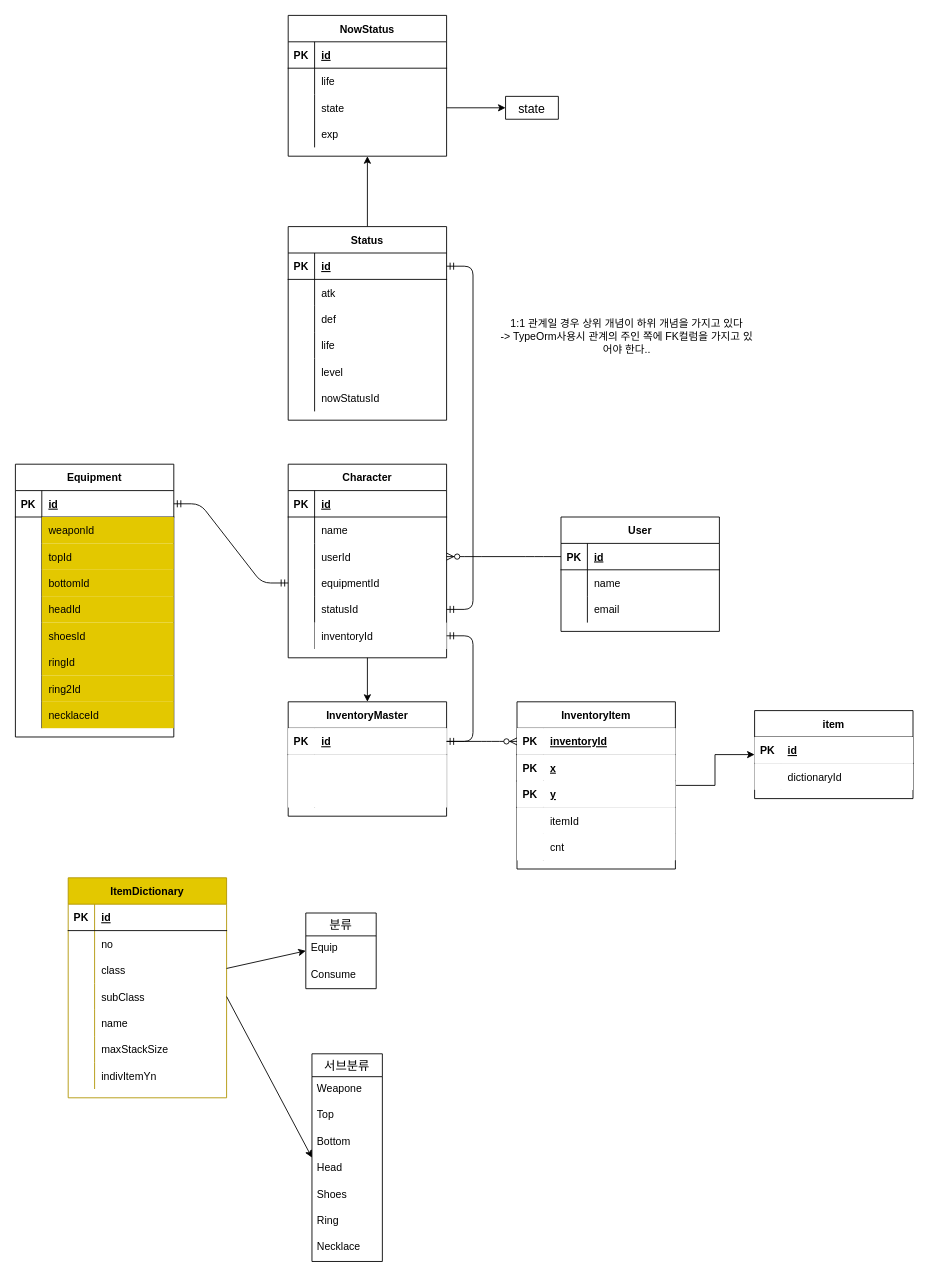
This is page "테이블" (2 of 2) of doc/설계_마인드맵.drawio from tjsahr0099/dev, a draw.io file, before an edit. Source tidied: cells renumbered, new cells numbered last; positions are measured from the earlier drawing's top-left corner, leaving out a move shared by most shapes. Both pictures are drawn from the tidied source at 88%, with x=0, y=0 at pixel (15, 15).
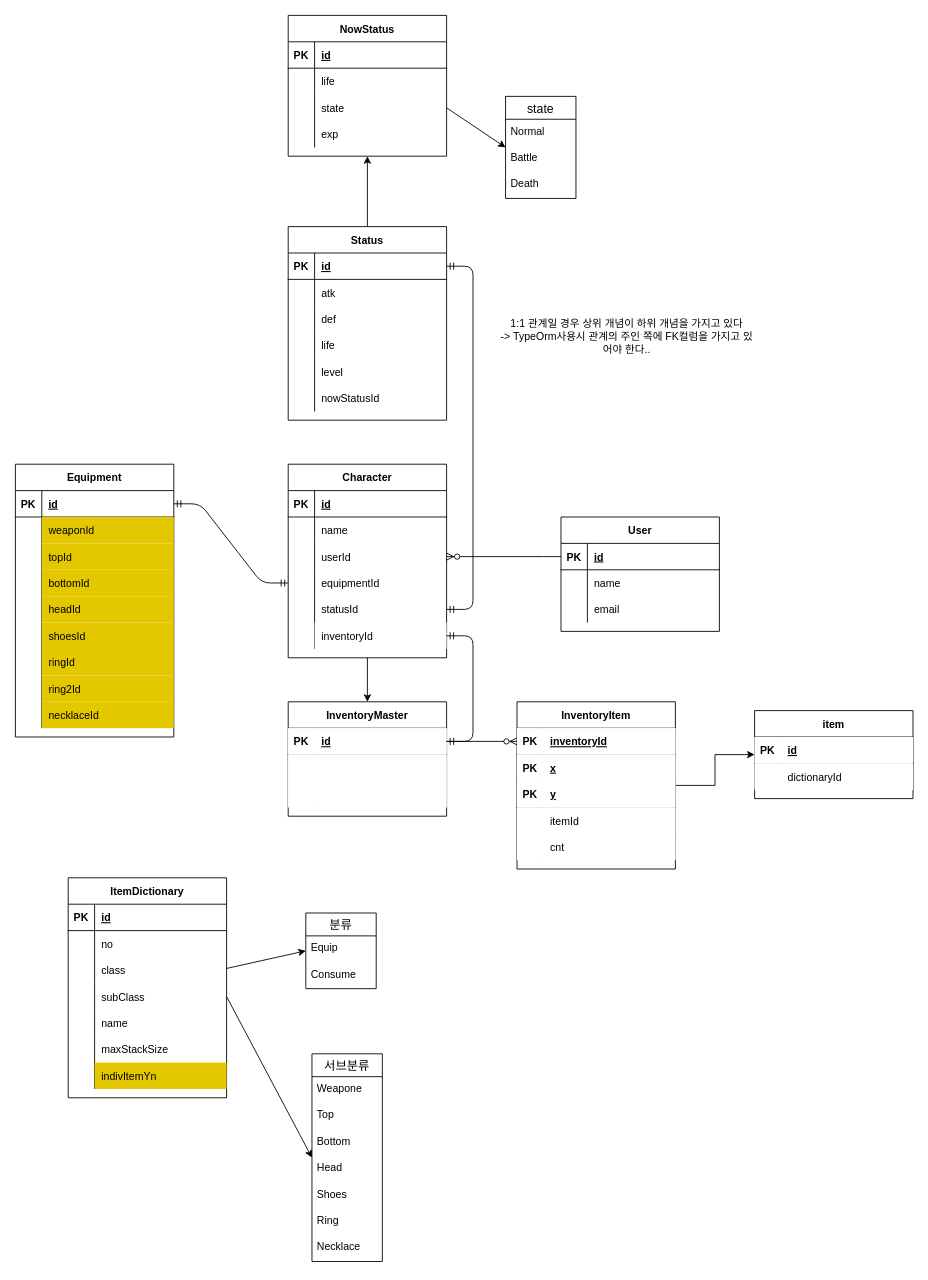
Above is the later version.

The change refers to these unchanged cells:
```xml
<mxCell id="147" style="shape=partialRectangle;fillColor=none;top=0;left=0;bottom=0;right=0;" parent="128" vertex="1">
  <mxGeometry y="210" width="180" height="30" as="geometry" />
</mxCell>
```

Diff of the diagram source:
```diff
@@
-    <mxCell id="96" value="state" style="swimlane;fontStyle=0;horizontal=1;startSize=26;align=center;fontSize=14;" parent="1" vertex="1" collapsed="1">
-      <mxGeometry x="557" y="92" width="60" height="26" as="geometry" />
+    <mxCell id="96" value="state" style="swimlane;fontStyle=0;horizontal=1;startSize=26;align=center;fontSize=14;" parent="1" vertex="1">
+      <mxGeometry x="557" y="92" width="80" height="116" as="geometry" />
     </mxCell>
+    <mxCell id="170" value="Normal" style="text;strokeColor=none;fillColor=none;spacingLeft=4;spacingRight=4;overflow=hidden;fontSize=12;" parent="96" vertex="1">
+      <mxGeometry y="26" width="80" height="30" as="geometry" />
+    </mxCell>
+    <mxCell id="171" value="Battle" style="text;strokeColor=none;fillColor=none;spacingLeft=4;spacingRight=4;overflow=hidden;fontSize=12;" parent="96" vertex="1">
+      <mxGeometry y="56" width="80" height="30" as="geometry" />
+    </mxCell>
+    <mxCell id="172" value="Death" style="text;strokeColor=none;fillColor=none;spacingLeft=4;spacingRight=4;overflow=hidden;fontSize=12;" parent="96" vertex="1">
+      <mxGeometry y="86" width="80" height="30" as="geometry" />
+    </mxCell>
@@
-    <mxCell id="128" value="ItemDictionary" style="shape=table;startSize=30;childLayout=tableLayout;rowLines=0;fontStyle=1;align=center;fillColor=#e3c800;strokeColor=#B09500;fontColor=#000000;" parent="1" vertex="1">
+    <mxCell id="128" value="ItemDictionary" style="shape=table;startSize=30;childLayout=tableLayout;rowLines=0;fontStyle=1;align=center;" parent="1" vertex="1">
       <mxGeometry x="60" y="980" width="180" height="250" as="geometry" />
     </mxCell>
@@
-    <mxCell id="149" value="indivItemYn" style="shape=partialRectangle;fillColor=none;top=0;left=0;bottom=0;right=0;align=left;spacingLeft=6;overflow=hidden;" parent="147" vertex="1">
+    <mxCell id="149" value="indivItemYn" style="shape=partialRectangle;top=0;left=0;bottom=0;right=0;align=left;spacingLeft=6;overflow=hidden;fillColor=#e3c800;strokeColor=#B09500;fontColor=#000000;" parent="147" vertex="1">
       <mxGeometry x="30" width="150" height="30" as="geometry" />
     </mxCell>
```
